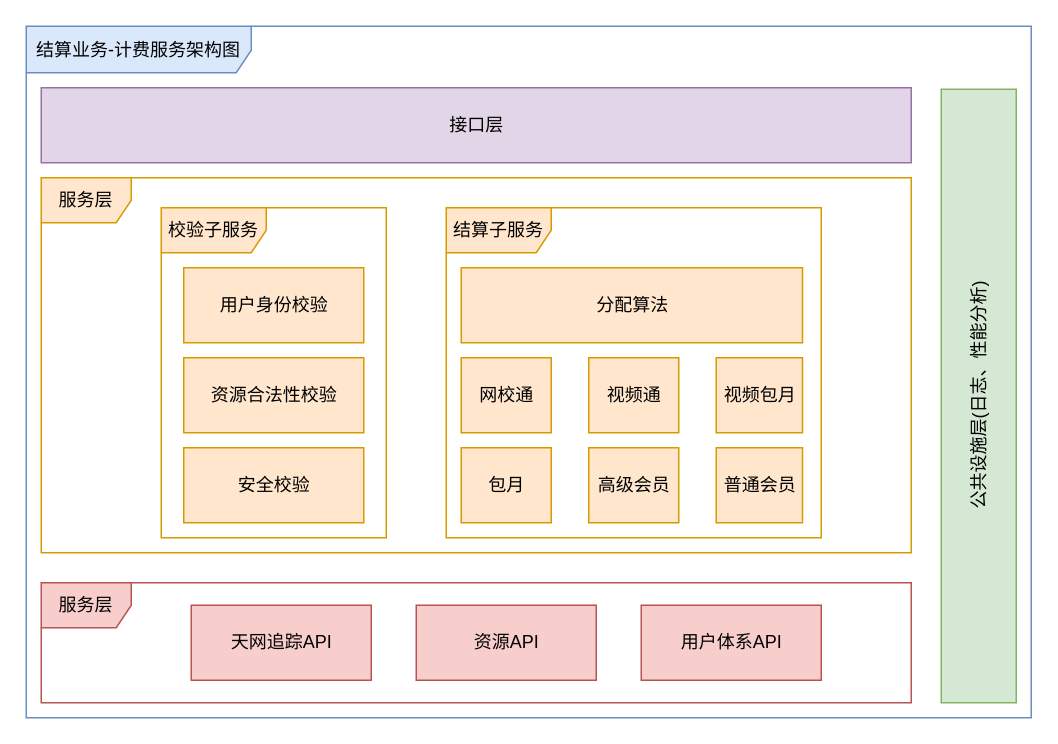
Before: Untitled Diagram.drawio in wangrusheng/k, a draw.io diagram. Source tidied: cells renumbered, new cells numbered last; positions are measured from the earlier drawing's top-left corner, leaving out a move shared by most shapes. Both pictures are drawn from the tidied source at 150%, with x=0, y=0 at pixel (26, 26).
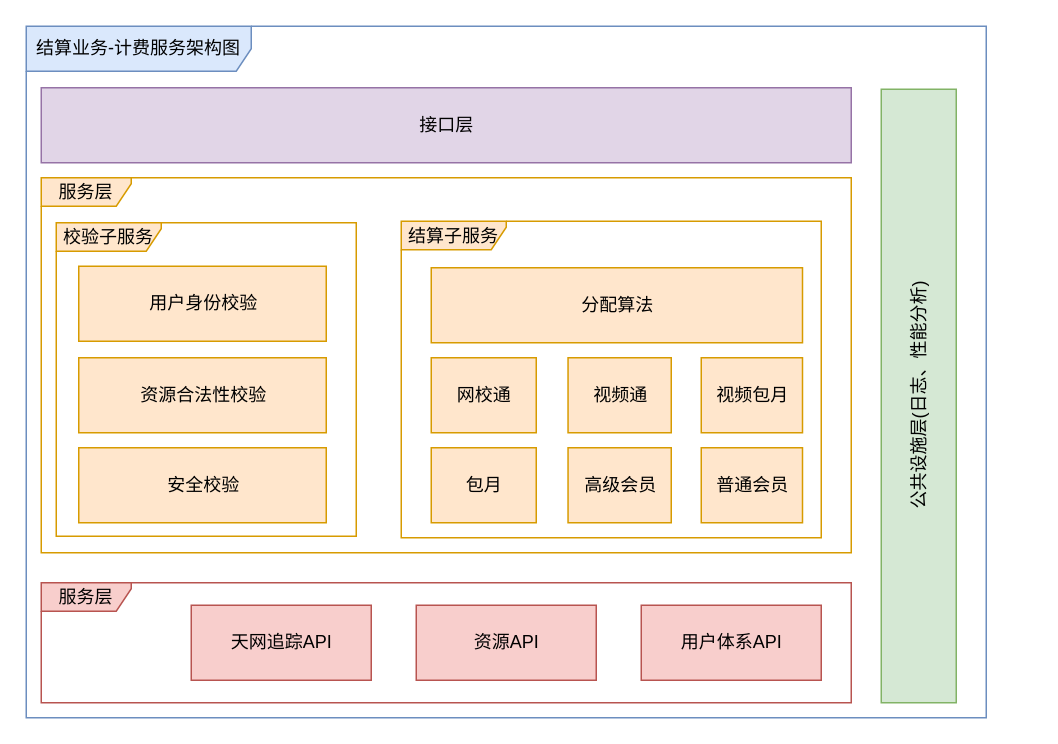
After the change.

What changed in the source:
```diff
@@
-    <mxCell id="2" value="结算业务-计费服务架构图" style="shape=umlFrame;whiteSpace=wrap;html=1;width=150;height=31;fillColor=#dae8fc;strokeColor=#6c8ebf;" parent="1" vertex="1">
-      <mxGeometry width="670" height="461" as="geometry" />
+    <mxCell id="2" value="结算业务-计费服务架构图" style="shape=umlFrame;whiteSpace=wrap;html=1;width=150;height=30;fillColor=#dae8fc;strokeColor=#6c8ebf;" parent="1" vertex="1">
+      <mxGeometry width="640" height="461" as="geometry" />
     </mxCell>
     <mxCell id="3" value="接口层" style="html=1;fillColor=#e1d5e7;strokeColor=#9673a6;" parent="1" vertex="1">
-      <mxGeometry x="10" y="41" width="580" height="50" as="geometry" />
+      <mxGeometry x="10" y="41" width="540" height="50" as="geometry" />
     </mxCell>
     <mxCell id="4" value="公共设施层(日志、性能分析)" style="html=1;direction=south;horizontal=0;verticalAlign=middle;fillColor=#d5e8d4;strokeColor=#82b366;" parent="1" vertex="1">
-      <mxGeometry x="610" y="42" width="50" height="409" as="geometry" />
+      <mxGeometry x="570" y="42" width="50" height="409" as="geometry" />
     </mxCell>
-    <mxCell id="5" value="服务层" style="shape=umlFrame;whiteSpace=wrap;html=1;fillColor=#ffe6cc;strokeColor=#d79b00;" parent="1" vertex="1">
-      <mxGeometry x="10" y="101" width="580" height="250" as="geometry" />
+    <mxCell id="5" value="服务层" style="shape=umlFrame;whiteSpace=wrap;html=1;fillColor=#ffe6cc;strokeColor=#d79b00;width=60;height=19;" parent="1" vertex="1">
+      <mxGeometry x="10" y="101" width="540" height="250" as="geometry" />
     </mxCell>
-    <mxCell id="6" value="服务层" style="shape=umlFrame;whiteSpace=wrap;html=1;fillColor=#f8cecc;strokeColor=#b85450;" parent="1" vertex="1">
-      <mxGeometry x="10" y="371" width="580" height="80" as="geometry" />
+    <mxCell id="6" value="服务层" style="shape=umlFrame;whiteSpace=wrap;html=1;fillColor=#f8cecc;strokeColor=#b85450;width=60;height=19;" parent="1" vertex="1">
+      <mxGeometry x="10" y="371" width="540" height="80" as="geometry" />
     </mxCell>
@@
-    <mxCell id="10" value="校验子服务" style="shape=umlFrame;whiteSpace=wrap;html=1;width=70;height=30;fillColor=#ffe6cc;strokeColor=#d79b00;" parent="1" vertex="1">
-      <mxGeometry x="90" y="121" width="150" height="220" as="geometry" />
+    <mxCell id="10" value="校验子服务" style="shape=umlFrame;whiteSpace=wrap;html=1;width=70;height=19;fillColor=#ffe6cc;strokeColor=#d79b00;" parent="1" vertex="1">
+      <mxGeometry x="20" y="131" width="200" height="209" as="geometry" />
     </mxCell>
-    <mxCell id="11" value="结算子服务" style="shape=umlFrame;whiteSpace=wrap;html=1;width=70;height=30;fillColor=#ffe6cc;strokeColor=#d79b00;" parent="1" vertex="1">
-      <mxGeometry x="280" y="121" width="250" height="220" as="geometry" />
+    <mxCell id="11" value="结算子服务" style="shape=umlFrame;whiteSpace=wrap;html=1;width=70;height=19;fillColor=#ffe6cc;strokeColor=#d79b00;" parent="1" vertex="1">
+      <mxGeometry x="250" y="130" width="280" height="211" as="geometry" />
     </mxCell>
     <mxCell id="12" value="用户身份校验" style="html=1;fillColor=#ffe6cc;strokeColor=#d79b00;" parent="1" vertex="1">
-      <mxGeometry x="105" y="161" width="120" height="50" as="geometry" />
+      <mxGeometry x="35" y="160" width="165" height="50" as="geometry" />
     </mxCell>
     <mxCell id="13" value="资源合法性校验" style="html=1;fillColor=#ffe6cc;strokeColor=#d79b00;" parent="1" vertex="1">
-      <mxGeometry x="105" y="221" width="120" height="50" as="geometry" />
+      <mxGeometry x="35" y="221" width="165" height="50" as="geometry" />
     </mxCell>
     <mxCell id="14" value="安全校验" style="html=1;fillColor=#ffe6cc;strokeColor=#d79b00;" parent="1" vertex="1">
-      <mxGeometry x="105" y="281" width="120" height="50" as="geometry" />
+      <mxGeometry x="35" y="281" width="165" height="50" as="geometry" />
     </mxCell>
     <mxCell id="15" value="分配算法" style="html=1;fillColor=#ffe6cc;strokeColor=#d79b00;" parent="1" vertex="1">
-      <mxGeometry x="290" y="161" width="227.5" height="50" as="geometry" />
+      <mxGeometry x="270" y="161" width="247.5" height="50" as="geometry" />
     </mxCell>
     <mxCell id="16" value="网校通" style="html=1;fillColor=#ffe6cc;strokeColor=#d79b00;" parent="1" vertex="1">
-      <mxGeometry x="290" y="221" width="60" height="50" as="geometry" />
+      <mxGeometry x="270" y="221" width="70" height="50" as="geometry" />
     </mxCell>
     <mxCell id="17" value="视频通" style="html=1;fillColor=#ffe6cc;strokeColor=#d79b00;" parent="1" vertex="1">
-      <mxGeometry x="375" y="221" width="60" height="50" as="geometry" />
+      <mxGeometry x="361.2" y="221" width="68.8" height="50" as="geometry" />
     </mxCell>
     <mxCell id="18" value="视频包月" style="html=1;fillColor=#ffe6cc;strokeColor=#d79b00;" parent="1" vertex="1">
-      <mxGeometry x="460" y="221" width="57.5" height="50" as="geometry" />
+      <mxGeometry x="450" y="221" width="67.5" height="50" as="geometry" />
     </mxCell>
     <mxCell id="19" value="高级会员" style="html=1;fillColor=#ffe6cc;strokeColor=#d79b00;" parent="1" vertex="1">
-      <mxGeometry x="375" y="281" width="60" height="50" as="geometry" />
+      <mxGeometry x="361.2" y="281" width="68.8" height="50" as="geometry" />
     </mxCell>
     <mxCell id="20" value="普通会员" style="html=1;fillColor=#ffe6cc;strokeColor=#d79b00;" parent="1" vertex="1">
-      <mxGeometry x="460" y="281" width="57.5" height="50" as="geometry" />
+      <mxGeometry x="450" y="281" width="67.5" height="50" as="geometry" />
     </mxCell>
     <mxCell id="21" value="包月" style="html=1;fillColor=#ffe6cc;strokeColor=#d79b00;" parent="1" vertex="1">
-      <mxGeometry x="290" y="281" width="60" height="50" as="geometry" />
+      <mxGeometry x="270" y="281" width="70" height="50" as="geometry" />
     </mxCell>
```
